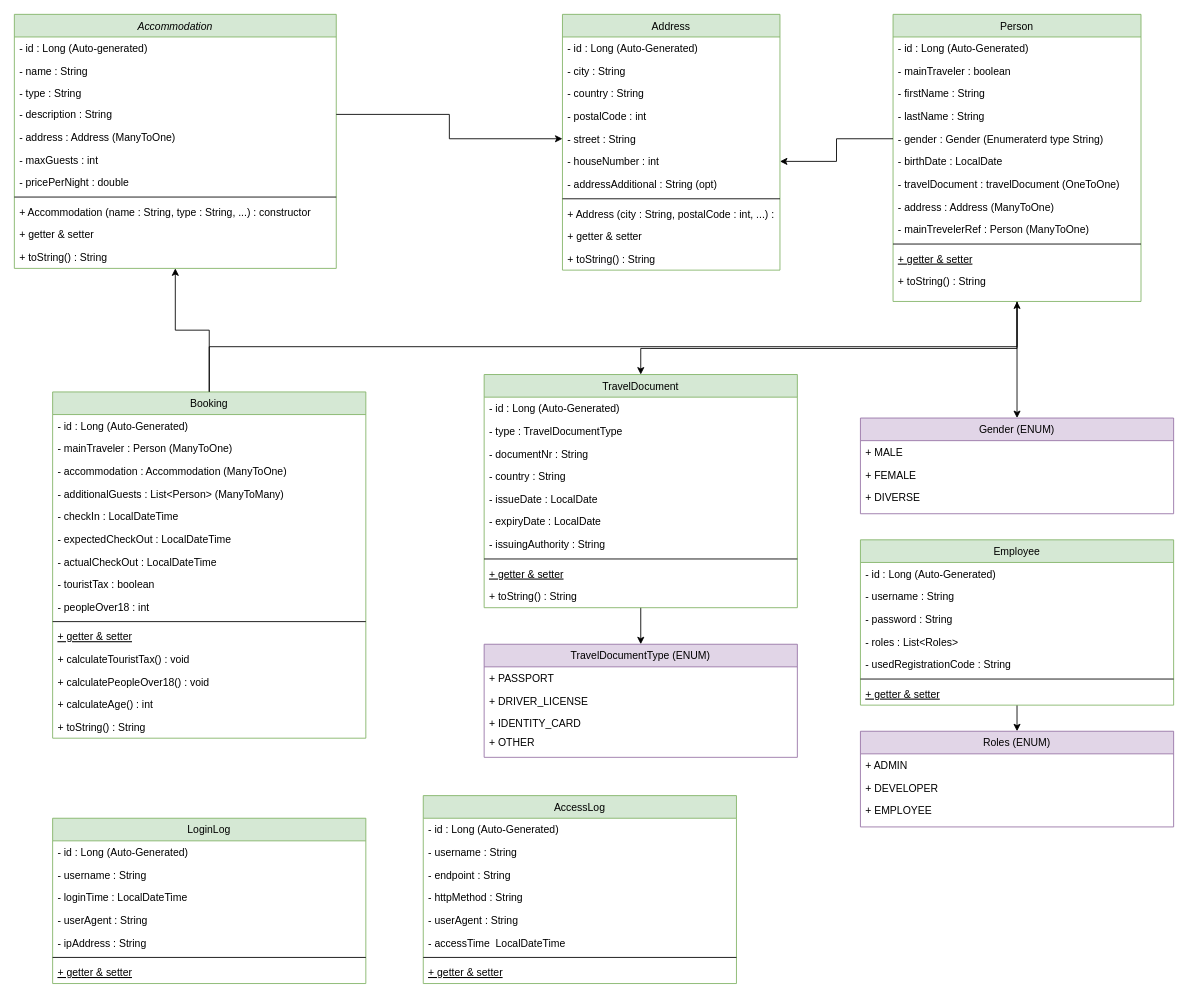
The draw.io diagram docs/equilibria-uml.drawio in Equilibria-sharing-DP/equilibria-sharing_backend, before the edit. Source tidied: cells renumbered, new cells numbered last; positions are measured from the earlier drawing's top-left corner, leaving out a move shared by most shapes. Both pictures are drawn from the tidied source at 87%, with x=0, y=0 at pixel (14, 14).
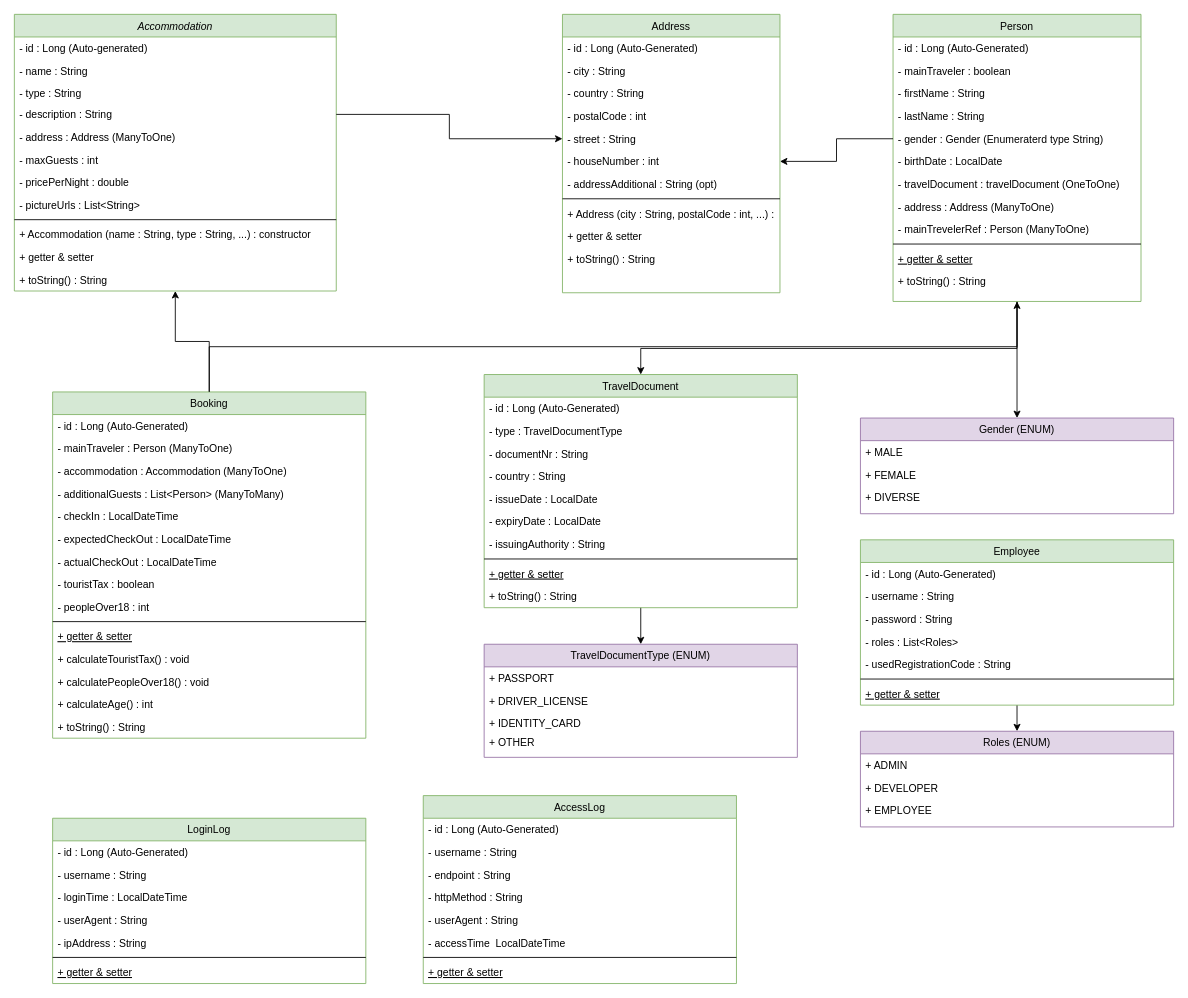
Above is the later version.

What changed in the source:
```diff
@@
     <mxCell id="2" value="Accommodation" style="swimlane;fontStyle=2;align=center;verticalAlign=top;horizontal=1;startSize=26;rounded=0;shadow=0;strokeWidth=1;fillColor=#d5e8d4;strokeColor=#82b366;" parent="1" vertex="1">
-      <mxGeometry width="370" height="292" as="geometry" />
+      <mxGeometry width="370" height="318" as="geometry" />
     </mxCell>
@@
+    <mxCell id="112" value="- pictureUrls : List&lt;String&gt;" style="text;align=left;verticalAlign=top;spacingLeft=4;spacingRight=4;overflow=hidden;rounded=0;shadow=0;html=0;" parent="2" vertex="1">
+      <mxGeometry y="206" width="370" height="26" as="geometry" />
+    </mxCell>
     <mxCell id="10" style="line;html=1;strokeWidth=1;align=left;verticalAlign=middle;spacingTop=-1;spacingLeft=3;spacingRight=3;labelPosition=right;" parent="2" vertex="1">
-      <mxGeometry y="206" width="370" height="8" as="geometry" />
+      <mxGeometry y="232" width="370" height="8" as="geometry" />
     </mxCell>
     <mxCell id="11" value="+ Accommodation (name : String, type : String, ...) : constructor" style="text;align=left;verticalAlign=top;spacingLeft=4;spacingRight=4;overflow=hidden;" parent="2" vertex="1">
-      <mxGeometry y="214" width="370" height="26" as="geometry" />
+      <mxGeometry y="240" width="370" height="26" as="geometry" />
     </mxCell>
     <mxCell id="12" value="+ getter &amp; setter" style="text;align=left;verticalAlign=top;spacingLeft=4;spacingRight=4;overflow=hidden;" parent="2" vertex="1">
-      <mxGeometry y="240" width="370" height="26" as="geometry" />
+      <mxGeometry y="266" width="370" height="26" as="geometry" />
     </mxCell>
     <mxCell id="13" value="+ toString() : String" style="text;align=left;verticalAlign=top;spacingLeft=4;spacingRight=4;overflow=hidden;" parent="2" vertex="1">
-      <mxGeometry y="266" width="370" height="26" as="geometry" />
+      <mxGeometry y="292" width="370" height="26" as="geometry" />
     </mxCell>
@@
     <mxCell id="31" value="Address" style="swimlane;fontStyle=0;align=center;verticalAlign=top;horizontal=1;startSize=26;rounded=0;shadow=0;strokeWidth=1;fillColor=#d5e8d4;strokeColor=#82b366;" parent="1" vertex="1">
-      <mxGeometry x="630" width="250" height="294" as="geometry" />
+      <mxGeometry x="630" width="250" height="320" as="geometry" />
     </mxCell>
```
